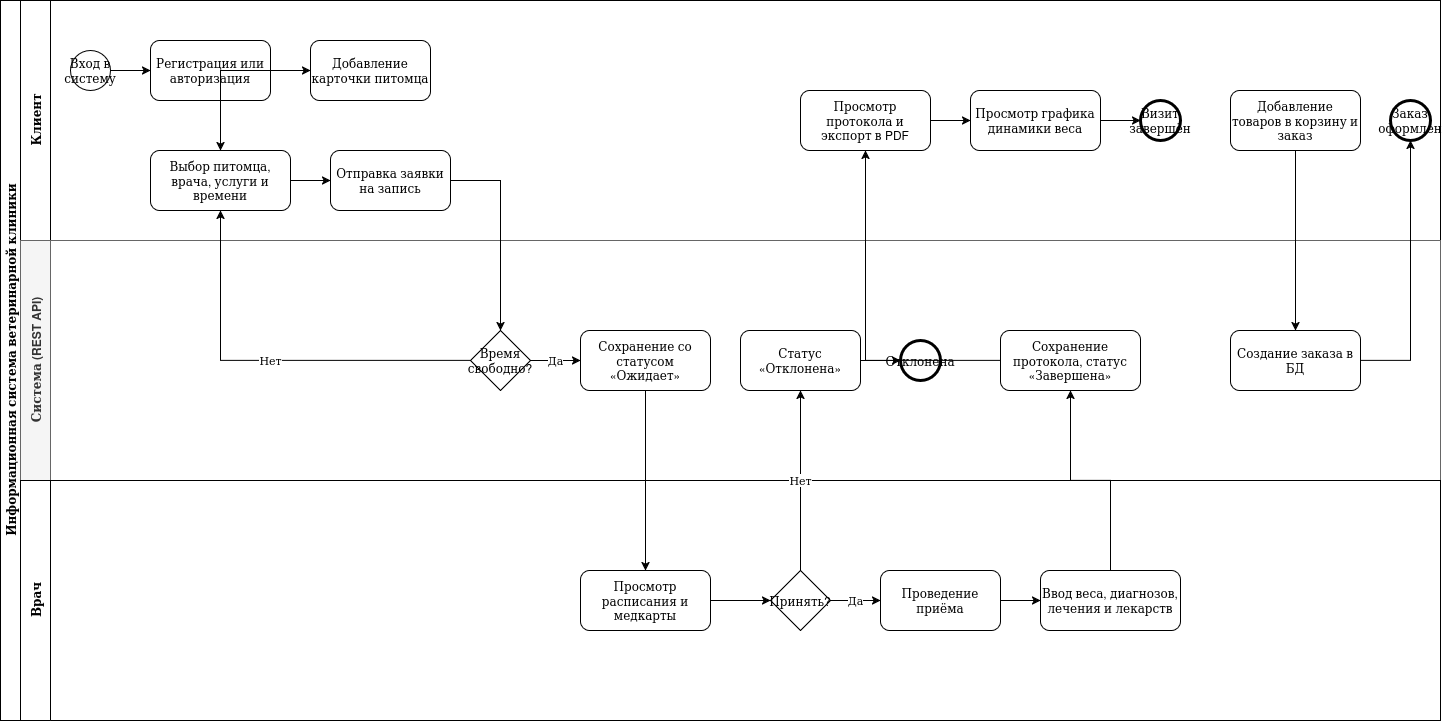
This is Курсовая/BPMN.drawio.png from YaeKitsune13/OPBD, a draw.io export, as it was before one commit. Source tidied: cells renumbered, new cells last; positions are measured from the earlier drawing's top-left corner, leaving out a move shared by most shapes.
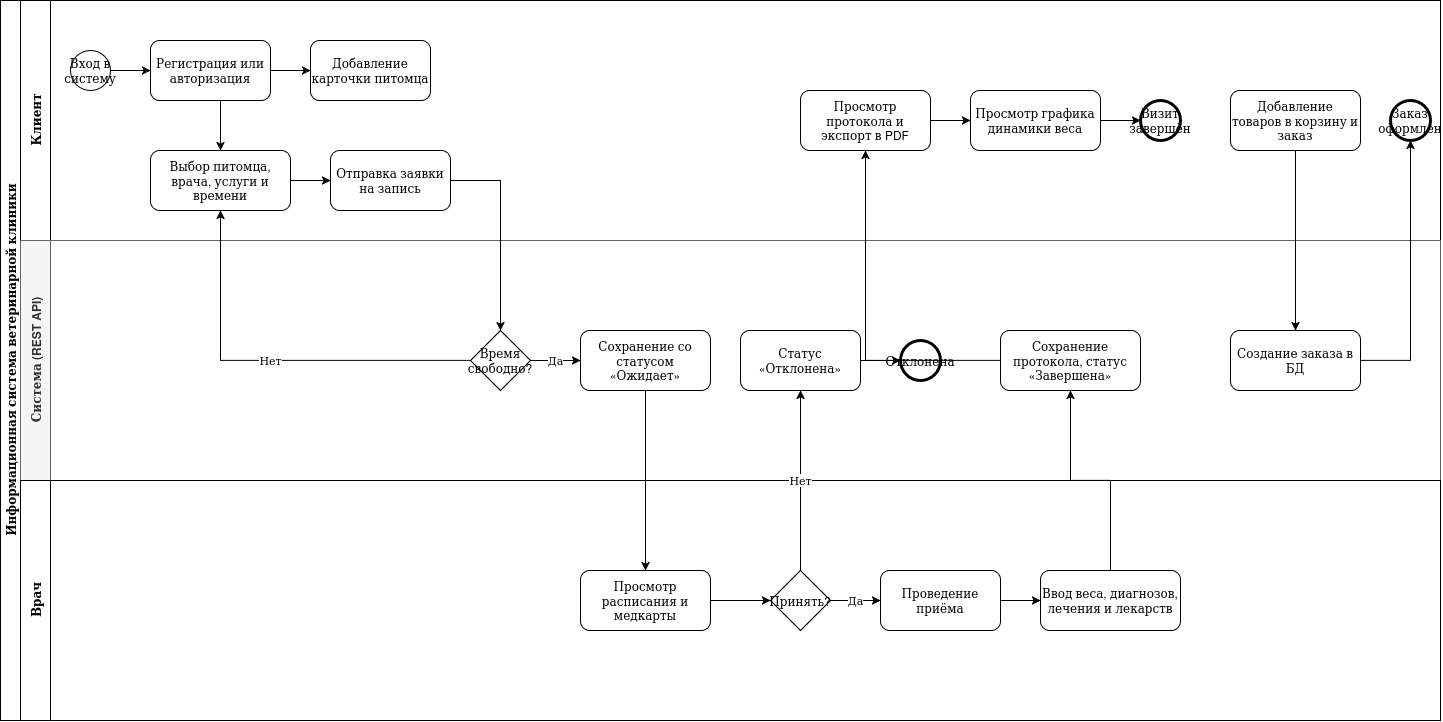
Later version of the same file.

Commit message:
update bpmn diagram

Change to the diagram source:
```diff
@@ -44,8 +44,10 @@
     <mxCell id="15" style="edgeStyle=orthogonalEdgeStyle;rounded=0;html=1;" parent="3" edge="1" source="5" target="6">
       <mxGeometry relative="1" as="geometry" />
     </mxCell>
-    <mxCell id="16" style="edgeStyle=orthogonalEdgeStyle;rounded=0;html=1;" parent="3" edge="1" source="6" target="7">
-      <mxGeometry relative="1" as="geometry" />
+    <mxCell id="16" style="edgeStyle=orthogonalEdgeStyle;rounded=0;html=1;entryX=0.5;entryY=0;entryDx=0;entryDy=0;" parent="3" edge="1" target="7">
+      <mxGeometry relative="1" as="geometry">
+        <mxPoint x="200" y="100" as="sourcePoint" />
+      </mxGeometry>
     </mxCell>
     <mxCell id="17" style="edgeStyle=orthogonalEdgeStyle;rounded=0;html=1;" parent="3" edge="1" source="7" target="8">
       <mxGeometry relative="1" as="geometry" />
```
